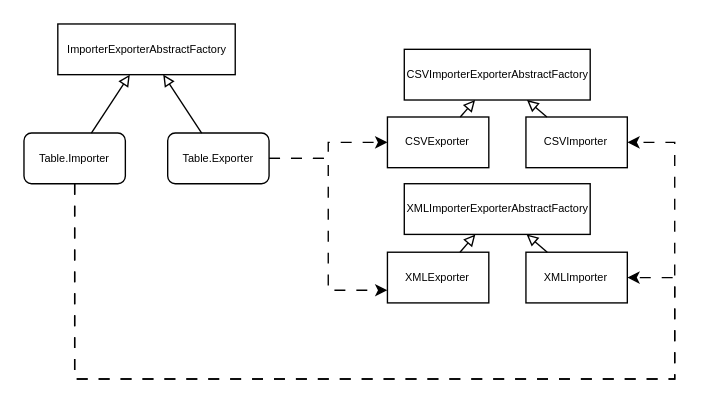
The draw.io diagram docs/diagrams/ImporterExporterClassDiagram.drawio in MintBee/HolubSQL, before the edit. Source tidied: cells renumbered, new cells numbered last; positions are measured from the earlier drawing's top-left corner, leaving out a move shared by most shapes. Both pictures are drawn from the tidied source at 137%, with x=0, y=0 at pixel (23, 23).
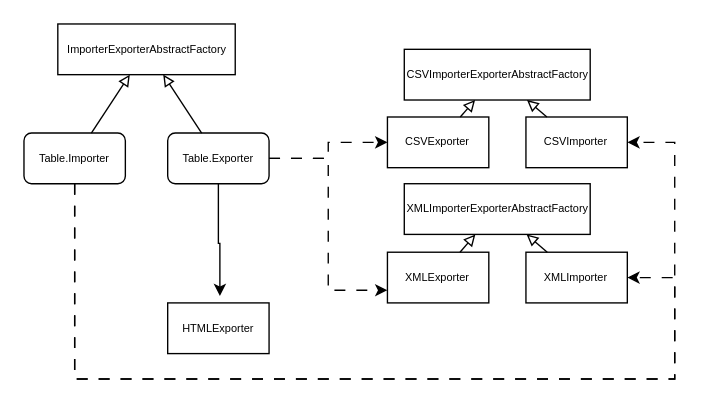
The same diagram, later.

Unchanged cells that the change refers to:
```xml
<mxCell id="2" style="group;fontSize=11;" parent="1" vertex="1">
  <mxGeometry width="475" height="259.1" as="geometry" />
</mxCell>
<mxCell id="4" value="Table.Exporter" style="rounded=1;whiteSpace=wrap;html=1;fontSize=8;" parent="2" vertex="1">
  <mxGeometry x="104.9" y="79.6" width="74" height="37" as="geometry" />
</mxCell>
```

Diff of the diagram source:
```diff
@@
+    <mxCell id="22" style="edgeStyle=orthogonalEdgeStyle;rounded=0;jettySize=auto;html=1;entryX=0.515;entryY=-0.135;entryDx=0;entryDy=0;entryPerimeter=0;" parent="2" edge="1" source="4" target="23">
+      <mxGeometry relative="1" as="geometry" />
+    </mxCell>
+    <mxCell id="23" value="HTMLExporter" style="rounded=0;whiteSpace=wrap;html=1;fontSize=8;" parent="2" vertex="1">
+      <mxGeometry x="104.9" y="203.6" width="74" height="37" as="geometry" />
+    </mxCell>
```
